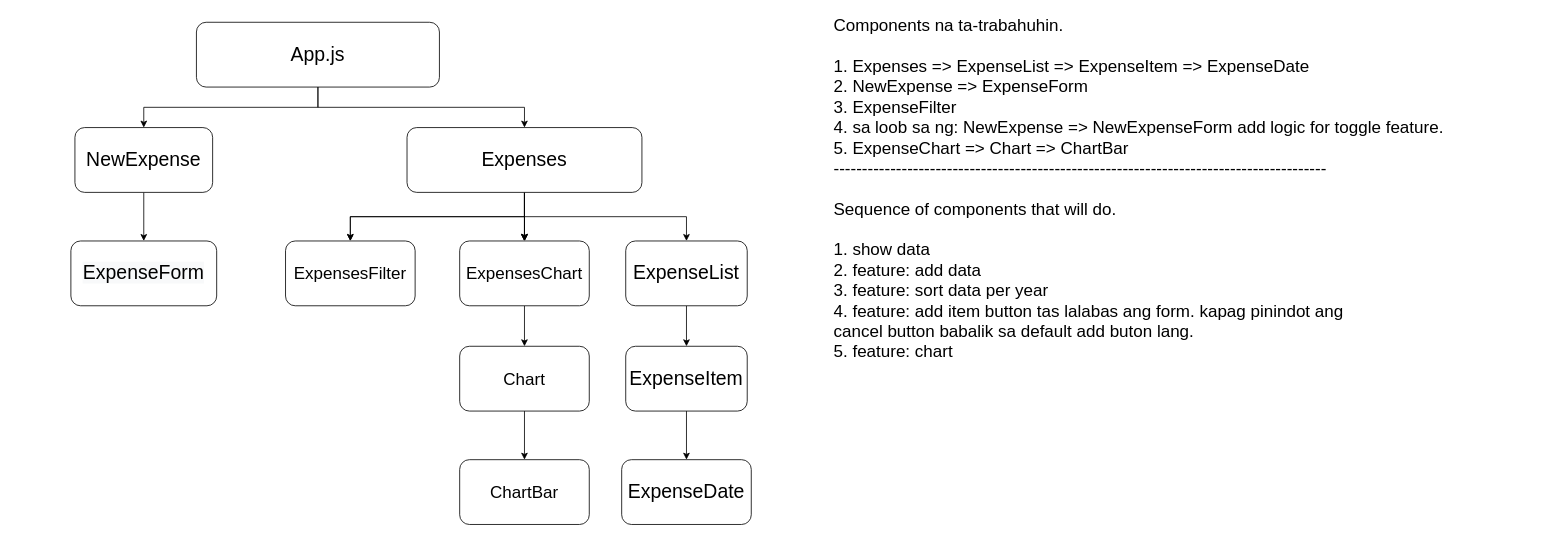
Above: public/expense-tracker.drawio in fordlaturnas/exprense-tracker (draw.io), before the change. Source tidied: cells renumbered, new cells numbered last; positions are measured from the earlier drawing's top-left corner, leaving out a move shared by most shapes. Both pictures are drawn from the tidied source at 81%, with x=0, y=0 at pixel (70, 14).
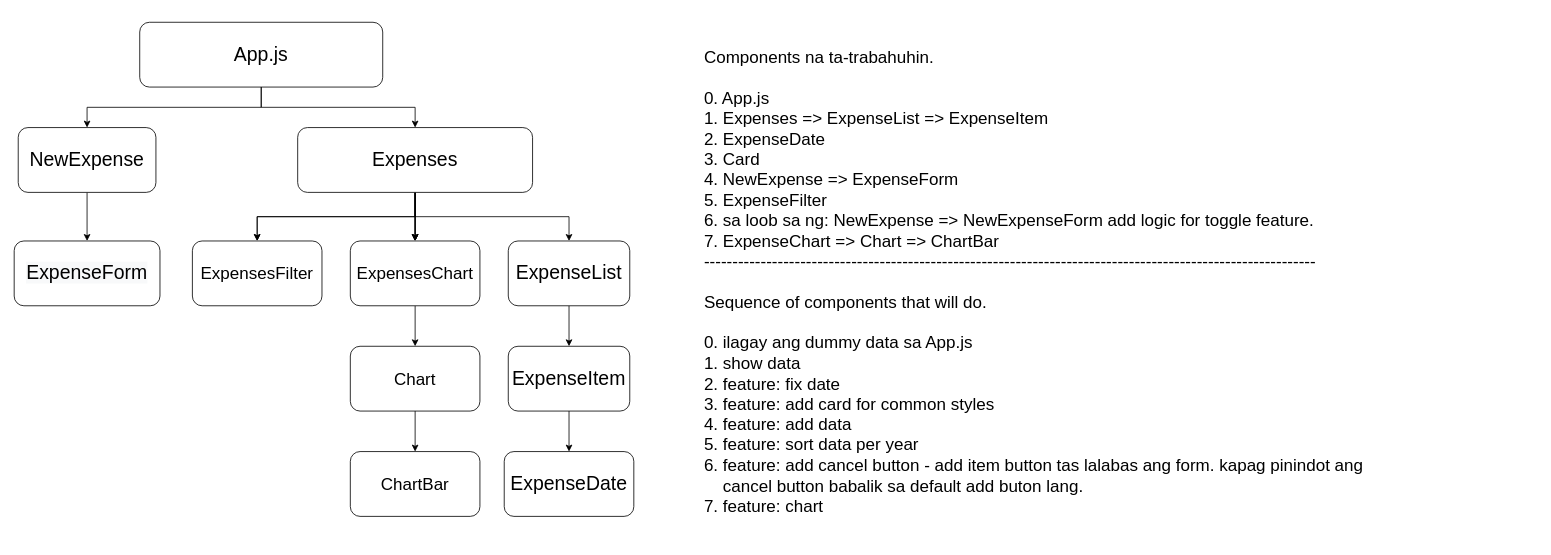
Above is the later version.

Change to the diagram source:
```diff
@@
     <mxCell id="4" value="&lt;font style=&quot;font-size: 24px&quot;&gt;App.js&lt;/font&gt;" style="rounded=1;whiteSpace=wrap;html=1;" parent="1" vertex="1">
-      <mxGeometry x="155" y="10" width="300" height="80" as="geometry" />
+      <mxGeometry x="85" y="10" width="300" height="80" as="geometry" />
     </mxCell>
@@
     <mxCell id="6" value="&lt;font style=&quot;font-size: 24px&quot;&gt;NewExpense&lt;/font&gt;" style="rounded=1;whiteSpace=wrap;html=1;" parent="1" vertex="1">
-      <mxGeometry x="5" y="140" width="170" height="80" as="geometry" />
+      <mxGeometry x="-65" y="140" width="170" height="80" as="geometry" />
     </mxCell>
@@
     <mxCell id="14" value="&lt;font style=&quot;font-size: 24px&quot;&gt;Expenses&lt;/font&gt;" style="rounded=1;whiteSpace=wrap;html=1;" parent="1" vertex="1">
-      <mxGeometry x="415" y="140" width="290" height="80" as="geometry" />
+      <mxGeometry x="280" y="140" width="290" height="80" as="geometry" />
     </mxCell>
     <mxCell id="15" value="&#10;&#10;&lt;span style=&quot;color: rgb(0, 0, 0); font-family: helvetica; font-size: 24px; font-style: normal; font-weight: 400; letter-spacing: normal; text-align: center; text-indent: 0px; text-transform: none; word-spacing: 0px; background-color: rgb(248, 249, 250); display: inline; float: none;&quot;&gt;ExpenseForm&lt;/span&gt;&#10;&#10;" style="rounded=1;whiteSpace=wrap;html=1;" parent="1" vertex="1">
-      <mxGeometry y="280" width="180" height="80" as="geometry" />
+      <mxGeometry x="-70" y="280" width="180" height="80" as="geometry" />
     </mxCell>
     <mxCell id="16" value="&lt;font style=&quot;font-size: 21px&quot;&gt;ExpensesFilter&lt;/font&gt;" style="rounded=1;whiteSpace=wrap;html=1;" parent="1" vertex="1">
-      <mxGeometry x="265" y="280" width="160" height="80" as="geometry" />
+      <mxGeometry x="150" y="280" width="160" height="80" as="geometry" />
     </mxCell>
@@
     <mxCell id="18" value="&lt;font style=&quot;font-size: 21px&quot;&gt;ExpensesChart&lt;/font&gt;" style="rounded=1;whiteSpace=wrap;html=1;" parent="1" vertex="1">
-      <mxGeometry x="480" y="280" width="160" height="80" as="geometry" />
+      <mxGeometry x="345" y="280" width="160" height="80" as="geometry" />
     </mxCell>
@@
     <mxCell id="20" value="&lt;font style=&quot;font-size: 24px&quot;&gt;ExpenseList&lt;/font&gt;" style="rounded=1;whiteSpace=wrap;html=1;" parent="1" vertex="1">
-      <mxGeometry x="685" y="280" width="150" height="80" as="geometry" />
+      <mxGeometry x="540" y="280" width="150" height="80" as="geometry" />
     </mxCell>
@@
     <mxCell id="22" value="&lt;font style=&quot;font-size: 21px&quot;&gt;Chart&lt;/font&gt;" style="rounded=1;whiteSpace=wrap;html=1;" parent="1" vertex="1">
-      <mxGeometry x="480" y="410" width="160" height="80" as="geometry" />
+      <mxGeometry x="345" y="410" width="160" height="80" as="geometry" />
     </mxCell>
     <mxCell id="23" value="&lt;font style=&quot;font-size: 21px&quot;&gt;ChartBar&lt;/font&gt;" style="rounded=1;whiteSpace=wrap;html=1;" parent="1" vertex="1">
-      <mxGeometry x="480" y="550" width="160" height="80" as="geometry" />
+      <mxGeometry x="345" y="540" width="160" height="80" as="geometry" />
     </mxCell>
@@
     <mxCell id="25" value="&lt;span style=&quot;font-size: 24px&quot;&gt;ExpenseItem&lt;/span&gt;" style="rounded=1;whiteSpace=wrap;html=1;" parent="1" vertex="1">
-      <mxGeometry x="685" y="410" width="150" height="80" as="geometry" />
+      <mxGeometry x="540" y="410" width="150" height="80" as="geometry" />
     </mxCell>
     <mxCell id="26" value="&lt;span style=&quot;font-size: 24px&quot;&gt;ExpenseDate&lt;/span&gt;" style="rounded=1;whiteSpace=wrap;html=1;" parent="1" vertex="1">
-      <mxGeometry x="680" y="550" width="160" height="80" as="geometry" />
+      <mxGeometry x="535" y="540" width="160" height="80" as="geometry" />
     </mxCell>
-    <mxCell id="27" value="&lt;div&gt;Components na ta-trabahuhin.&lt;/div&gt;&lt;div&gt;&lt;br&gt;&lt;/div&gt;&lt;div&gt;&lt;span&gt;1. Expenses =&amp;gt; ExpenseList =&amp;gt; ExpenseItem =&amp;gt; ExpenseDate&lt;/span&gt;&lt;br&gt;&lt;/div&gt;&lt;div&gt;&lt;span&gt;2. NewExpense =&amp;gt; ExpenseForm&lt;/span&gt;&lt;/div&gt;&lt;div&gt;&lt;span&gt;3. ExpenseFilter&lt;/span&gt;&lt;/div&gt;&lt;div&gt;&lt;span&gt;4. sa loob sa ng: NewExpense =&amp;gt; NewExpenseForm add logic for toggle feature.&lt;/span&gt;&lt;/div&gt;&lt;div&gt;&lt;span&gt;5. ExpenseChart =&amp;gt; Chart =&amp;gt; ChartBar&lt;/span&gt;&lt;/div&gt;&lt;div&gt;---------------------------------------------------------------------------------------&lt;/div&gt;&lt;div&gt;&lt;br&gt;&lt;/div&gt;&lt;div&gt;Sequence of components that will do.&lt;br&gt;&lt;/div&gt;&lt;div&gt;&lt;br&gt;&lt;/div&gt;&lt;div&gt;&lt;div&gt;1. show data&lt;/div&gt;&lt;div&gt;2. feature: add data&lt;/div&gt;&lt;div&gt;3. feature: sort data per year&lt;/div&gt;&lt;div&gt;4. feature: add item button tas lalabas ang form. kapag pinindot ang&amp;nbsp;&lt;/div&gt;&lt;div&gt;cancel button babalik sa default add buton lang.&lt;/div&gt;&lt;div&gt;5. feature: chart&lt;/div&gt;&lt;/div&gt;" style="text;html=1;strokeColor=none;fillColor=none;align=left;verticalAlign=middle;whiteSpace=wrap;rounded=0;fontSize=21;" parent="1" vertex="1">
-      <mxGeometry x="940" width="870" height="430" as="geometry" />
+    <mxCell id="27" value="&lt;div&gt;Components na ta-trabahuhin.&lt;/div&gt;&lt;div&gt;&lt;br&gt;&lt;/div&gt;&lt;div&gt;0. App.js&amp;nbsp;&lt;/div&gt;&lt;div&gt;&lt;span&gt;1. Expenses =&amp;gt; ExpenseList =&amp;gt; ExpenseItem&lt;/span&gt;&lt;br&gt;&lt;/div&gt;&lt;div&gt;&lt;span&gt;2. ExpenseDate&lt;/span&gt;&lt;/div&gt;&lt;div&gt;&lt;span&gt;3. Card&lt;/span&gt;&lt;/div&gt;&lt;div&gt;&lt;span&gt;4. NewExpense =&amp;gt; ExpenseForm&lt;/span&gt;&lt;/div&gt;&lt;div&gt;&lt;span&gt;5. ExpenseFilter&lt;/span&gt;&lt;/div&gt;&lt;div&gt;&lt;span&gt;6. sa loob sa ng: NewExpense =&amp;gt; NewExpenseForm add logic for toggle feature.&lt;/span&gt;&lt;/div&gt;&lt;div&gt;&lt;span&gt;7. ExpenseChart =&amp;gt; Chart =&amp;gt; ChartBar&lt;/span&gt;&lt;/div&gt;&lt;div&gt;------------------------------------------------------------------------------------------------------------&lt;/div&gt;&lt;div&gt;&lt;br&gt;&lt;/div&gt;&lt;div&gt;Sequence of components that will do.&lt;br&gt;&lt;/div&gt;&lt;div&gt;&lt;br&gt;&lt;/div&gt;&lt;div&gt;0. ilagay ang dummy data sa App.js&lt;/div&gt;&lt;div&gt;&lt;div&gt;1. show data&lt;/div&gt;&lt;div&gt;2. feature: fix date&lt;/div&gt;&lt;div&gt;3. feature: add card for common styles&lt;/div&gt;&lt;div&gt;4. feature: add data&lt;/div&gt;&lt;div&gt;5. feature: sort data per year&lt;/div&gt;&lt;div&gt;6. feature: add cancel button - add item button tas lalabas ang form. kapag pinindot ang&amp;nbsp;&lt;/div&gt;&lt;div&gt;&amp;nbsp; &amp;nbsp; cancel button babalik sa default add buton lang.&lt;/div&gt;&lt;div&gt;7. feature: chart&lt;/div&gt;&lt;/div&gt;" style="text;html=1;strokeColor=none;fillColor=none;align=left;verticalAlign=middle;whiteSpace=wrap;rounded=0;fontSize=21;" parent="1" vertex="1">
+      <mxGeometry x="780" y="10" width="860" height="640" as="geometry" />
     </mxCell>
```
